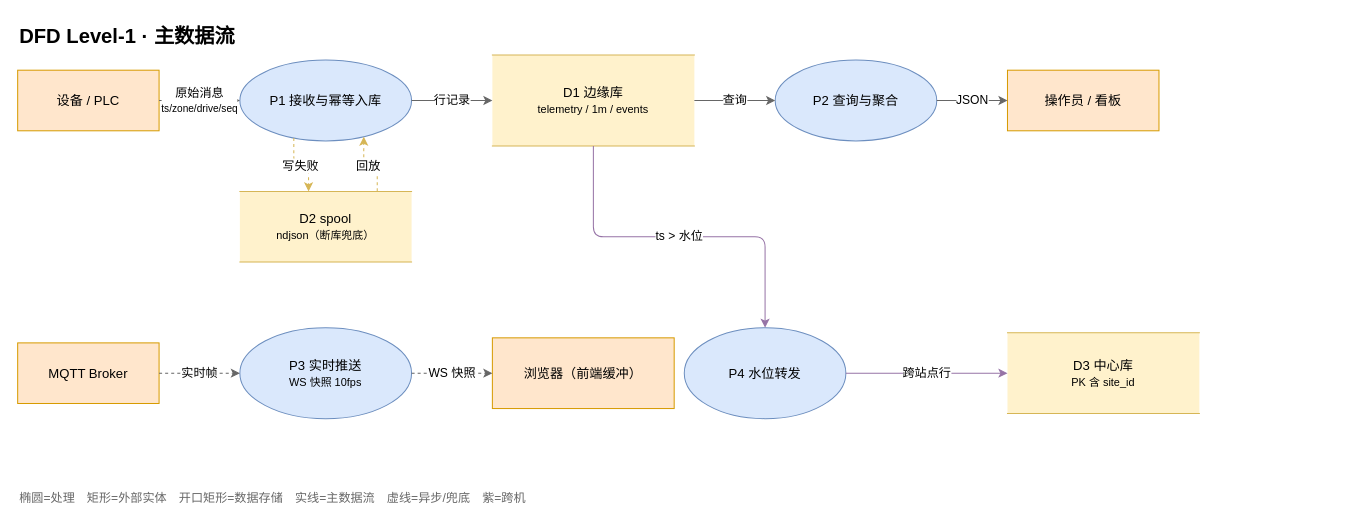
Before: docs/design/diagrams/DFD-1-主数据流.drawio in wujunyu/Interroll-poc, a draw.io diagram. Source tidied: cells renumbered, new cells numbered last; positions are measured from the earlier drawing's top-left corner, leaving out a move shared by most shapes. Both pictures are drawn from the tidied source at 101%, with x=0, y=0 at pixel (17, 17).
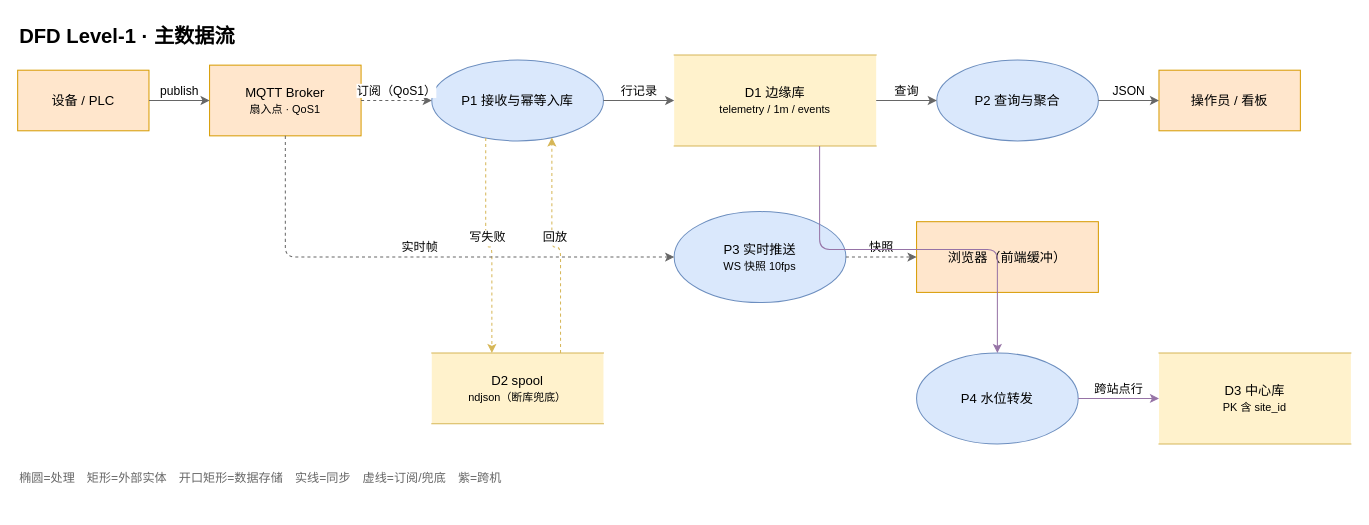
Above is the later version.

Commit message (it also covers changes not shown here):
fix(dfd): P1 的数据来源是 Broker，不是设备直连；补后台任务清单

- DFD-1 改为 设备 → Broker → P1/P3，Broker 明确为扇入点
- D2 spool 移回 P1 正下方，兜底边不再穿越 P3
- 00-架构 修正 P1/P4 描述，新增三类后台任务（线程/常驻进程/DB 调度）

The edit, as a diff of the source:
```diff
@@
     <mxCell id="3" value="设备 / PLC" style="rounded=0;whiteSpace=wrap;html=1;fontSize=13;fillColor=#ffe6cc;strokeColor=#d79b00;" parent="1" vertex="1">
-      <mxGeometry y="52" width="140" height="60" as="geometry" />
+      <mxGeometry y="52" width="130" height="60" as="geometry" />
     </mxCell>
+    <mxCell id="9" value="MQTT Broker&lt;br&gt;&lt;small&gt;扇入点 · QoS1&lt;/small&gt;" style="rounded=0;whiteSpace=wrap;html=1;fontSize=13;fillColor=#ffe6cc;strokeColor=#d79b00;" parent="1" vertex="1">
+      <mxGeometry x="190" y="47" width="150" height="70" as="geometry" />
+    </mxCell>
     <mxCell id="4" value="P1 接收与幂等入库" style="ellipse;whiteSpace=wrap;html=1;fontSize=13;fillColor=#dae8fc;strokeColor=#6c8ebf;" parent="1" vertex="1">
-      <mxGeometry x="220" y="42" width="170" height="80" as="geometry" />
+      <mxGeometry x="410" y="42" width="170" height="80" as="geometry" />
     </mxCell>
     <mxCell id="5" value="D1 边缘库&lt;br&gt;&lt;small&gt;telemetry / 1m / events&lt;/small&gt;" style="shape=partialRectangle;left=0;right=0;whiteSpace=wrap;html=1;fontSize=13;fillColor=#fff2cc;strokeColor=#d6b656;" parent="1" vertex="1">
-      <mxGeometry x="470" y="37" width="200" height="90" as="geometry" />
+      <mxGeometry x="650" y="37" width="200" height="90" as="geometry" />
     </mxCell>
-    <mxCell id="6" value="D2 spool&lt;br&gt;&lt;small&gt;ndjson（断库兜底）&lt;/small&gt;" style="shape=partialRectangle;left=0;right=0;whiteSpace=wrap;html=1;fontSize=13;fillColor=#fff2cc;strokeColor=#d6b656;" parent="1" vertex="1">
-      <mxGeometry x="220" y="172" width="170" height="70" as="geometry" />
-    </mxCell>
     <mxCell id="7" value="P2 查询与聚合" style="ellipse;whiteSpace=wrap;html=1;fontSize=13;fillColor=#dae8fc;strokeColor=#6c8ebf;" parent="1" vertex="1">
-      <mxGeometry x="750" y="42" width="160" height="80" as="geometry" />
+      <mxGeometry x="910" y="42" width="160" height="80" as="geometry" />
     </mxCell>
     <mxCell id="8" value="操作员 / 看板" style="rounded=0;whiteSpace=wrap;html=1;fontSize=13;fillColor=#ffe6cc;strokeColor=#d79b00;" parent="1" vertex="1">
-      <mxGeometry x="980" y="52" width="150" height="60" as="geometry" />
+      <mxGeometry x="1130" y="52" width="140" height="60" as="geometry" />
     </mxCell>
-    <mxCell id="9" value="MQTT Broker" style="rounded=0;whiteSpace=wrap;html=1;fontSize=13;fillColor=#ffe6cc;strokeColor=#d79b00;" parent="1" vertex="1">
-      <mxGeometry y="322" width="140" height="60" as="geometry" />
-    </mxCell>
     <mxCell id="10" value="P3 实时推送&lt;br&gt;&lt;small&gt;WS 快照 10fps&lt;/small&gt;" style="ellipse;whiteSpace=wrap;html=1;fontSize=13;fillColor=#dae8fc;strokeColor=#6c8ebf;" parent="1" vertex="1">
-      <mxGeometry x="220" y="307" width="170" height="90" as="geometry" />
+      <mxGeometry x="650" y="192" width="170" height="90" as="geometry" />
     </mxCell>
     <mxCell id="11" value="浏览器（前端缓冲）" style="rounded=0;whiteSpace=wrap;html=1;fontSize=13;fillColor=#ffe6cc;strokeColor=#d79b00;" parent="1" vertex="1">
-      <mxGeometry x="470" y="317" width="180" height="70" as="geometry" />
+      <mxGeometry x="890" y="202" width="180" height="70" as="geometry" />
     </mxCell>
+    <mxCell id="6" value="D2 spool&lt;br&gt;&lt;small&gt;ndjson（断库兜底）&lt;/small&gt;" style="shape=partialRectangle;left=0;right=0;whiteSpace=wrap;html=1;fontSize=13;fillColor=#fff2cc;strokeColor=#d6b656;" parent="1" vertex="1">
+      <mxGeometry x="410" y="332" width="170" height="70" as="geometry" />
+    </mxCell>
     <mxCell id="12" value="P4 水位转发" style="ellipse;whiteSpace=wrap;html=1;fontSize=13;fillColor=#dae8fc;strokeColor=#6c8ebf;" parent="1" vertex="1">
-      <mxGeometry x="660" y="307" width="160" height="90" as="geometry" />
+      <mxGeometry x="890" y="332" width="160" height="90" as="geometry" />
     </mxCell>
     <mxCell id="13" value="D3 中心库&lt;br&gt;&lt;small&gt;PK 含 site_id&lt;/small&gt;" style="shape=partialRectangle;left=0;right=0;whiteSpace=wrap;html=1;fontSize=13;fillColor=#fff2cc;strokeColor=#d6b656;" parent="1" vertex="1">
-      <mxGeometry x="980" y="312" width="190" height="80" as="geometry" />
+      <mxGeometry x="1130" y="332" width="190" height="90" as="geometry" />
     </mxCell>
+    <mxCell id="25" value="publish" style="edgeStyle=orthogonalEdgeStyle;rounded=1;html=1;fontSize=12;strokeColor=#666666;labelBackgroundColor=default;defaultLabelBackgroundColor=page;verticalAlign=bottom;" parent="1" edge="1" source="3" target="9">
+      <mxGeometry relative="1" as="geometry" />
+    </mxCell>
-    <mxCell id="14" value="原始消息&lt;br&gt;&lt;small&gt;ts/zone/drive/seq&lt;/small&gt;" style="edgeStyle=orthogonalEdgeStyle;rounded=1;html=1;fontSize=12;strokeColor=#666666;labelBackgroundColor=default;defaultLabelBackgroundColor=page;" parent="1" edge="1" source="3" target="4">
+    <mxCell id="14" value="订阅（QoS1）" style="edgeStyle=orthogonalEdgeStyle;rounded=1;html=1;fontSize=12;strokeColor=#666666;dashed=1;labelBackgroundColor=default;defaultLabelBackgroundColor=page;verticalAlign=bottom;" parent="1" edge="1" source="9" target="4">
       <mxGeometry relative="1" as="geometry" />
     </mxCell>
-    <mxCell id="15" value="行记录" style="edgeStyle=orthogonalEdgeStyle;rounded=1;html=1;fontSize=12;strokeColor=#666666;labelBackgroundColor=default;defaultLabelBackgroundColor=page;" parent="1" edge="1" source="4" target="5">
+    <mxCell id="15" value="行记录" style="edgeStyle=orthogonalEdgeStyle;rounded=1;html=1;fontSize=12;strokeColor=#666666;labelBackgroundColor=default;defaultLabelBackgroundColor=page;verticalAlign=bottom;" parent="1" edge="1" source="4" target="5">
       <mxGeometry relative="1" as="geometry" />
     </mxCell>
-    <mxCell id="16" value="写失败" style="edgeStyle=orthogonalEdgeStyle;rounded=1;html=1;fontSize=12;strokeColor=#d6b656;dashed=1;labelBackgroundColor=default;defaultLabelBackgroundColor=page;exitX=0.3;exitY=1;entryX=0.4;entryY=0;" parent="1" edge="1" source="4" target="6">
+    <mxCell id="16" value="写失败" style="edgeStyle=orthogonalEdgeStyle;rounded=1;html=1;fontSize=12;strokeColor=#d6b656;dashed=1;labelBackgroundColor=default;defaultLabelBackgroundColor=page;verticalAlign=bottom;exitX=0.3;exitY=1;entryX=0.35;entryY=0;" parent="1" edge="1" source="4" target="6">
       <mxGeometry relative="1" as="geometry" />
     </mxCell>
-    <mxCell id="17" value="回放" style="edgeStyle=orthogonalEdgeStyle;rounded=1;html=1;fontSize=12;strokeColor=#d6b656;dashed=1;labelBackgroundColor=default;defaultLabelBackgroundColor=page;exitX=0.8;exitY=0;entryX=0.75;entryY=1;" parent="1" edge="1" source="6" target="4">
+    <mxCell id="17" value="回放" style="edgeStyle=orthogonalEdgeStyle;rounded=1;html=1;fontSize=12;strokeColor=#d6b656;dashed=1;labelBackgroundColor=default;defaultLabelBackgroundColor=page;verticalAlign=bottom;exitX=0.75;exitY=0;entryX=0.72;entryY=1;" parent="1" edge="1" source="6" target="4">
       <mxGeometry relative="1" as="geometry" />
     </mxCell>
-    <mxCell id="18" value="查询" style="edgeStyle=orthogonalEdgeStyle;rounded=1;html=1;fontSize=12;strokeColor=#666666;labelBackgroundColor=default;defaultLabelBackgroundColor=page;" parent="1" edge="1" source="5" target="7">
+    <mxCell id="18" value="查询" style="edgeStyle=orthogonalEdgeStyle;rounded=1;html=1;fontSize=12;strokeColor=#666666;labelBackgroundColor=default;defaultLabelBackgroundColor=page;verticalAlign=bottom;" parent="1" edge="1" source="5" target="7">
       <mxGeometry relative="1" as="geometry" />
     </mxCell>
-    <mxCell id="19" value="JSON" style="edgeStyle=orthogonalEdgeStyle;rounded=1;html=1;fontSize=12;strokeColor=#666666;labelBackgroundColor=default;defaultLabelBackgroundColor=page;" parent="1" edge="1" source="7" target="8">
+    <mxCell id="19" value="JSON" style="edgeStyle=orthogonalEdgeStyle;rounded=1;html=1;fontSize=12;strokeColor=#666666;labelBackgroundColor=default;defaultLabelBackgroundColor=page;verticalAlign=bottom;" parent="1" edge="1" source="7" target="8">
       <mxGeometry relative="1" as="geometry" />
     </mxCell>
-    <mxCell id="20" value="实时帧" style="edgeStyle=orthogonalEdgeStyle;rounded=1;html=1;fontSize=12;strokeColor=#666666;dashed=1;labelBackgroundColor=default;defaultLabelBackgroundColor=page;" parent="1" edge="1" source="9" target="10">
+    <mxCell id="20" value="实时帧" style="edgeStyle=orthogonalEdgeStyle;rounded=1;html=1;fontSize=12;strokeColor=#666666;dashed=1;labelBackgroundColor=default;defaultLabelBackgroundColor=page;verticalAlign=bottom;exitX=0.5;exitY=1;entryX=0.05;entryY=0.5;" parent="1" edge="1" source="9" target="10">
       <mxGeometry relative="1" as="geometry" />
     </mxCell>
-    <mxCell id="21" value="WS 快照" style="edgeStyle=orthogonalEdgeStyle;rounded=1;html=1;fontSize=12;strokeColor=#666666;dashed=1;labelBackgroundColor=default;defaultLabelBackgroundColor=page;" parent="1" edge="1" source="10" target="11">
+    <mxCell id="21" value="快照" style="edgeStyle=orthogonalEdgeStyle;rounded=1;html=1;fontSize=12;strokeColor=#666666;dashed=1;labelBackgroundColor=default;defaultLabelBackgroundColor=page;verticalAlign=bottom;" parent="1" edge="1" source="10" target="11">
       <mxGeometry relative="1" as="geometry" />
     </mxCell>
-    <mxCell id="22" value="ts &gt; 水位" style="edgeStyle=orthogonalEdgeStyle;rounded=1;html=1;fontSize=12;strokeColor=#9673a6;labelBackgroundColor=default;defaultLabelBackgroundColor=page;exitX=0.5;exitY=1;entryX=0.5;entryY=0;" parent="1" edge="1" source="5" target="12">
+    <mxCell id="22" style="edgeStyle=orthogonalEdgeStyle;rounded=1;html=1;fontSize=12;strokeColor=#9673a6;labelBackgroundColor=default;defaultLabelBackgroundColor=page;verticalAlign=bottom;exitX=0.72;exitY=1;entryX=0.5;entryY=0;" parent="1" edge="1" source="5" target="12">
       <mxGeometry relative="1" as="geometry" />
     </mxCell>
-    <mxCell id="23" value="跨站点行" style="edgeStyle=orthogonalEdgeStyle;rounded=1;html=1;fontSize=12;strokeColor=#9673a6;labelBackgroundColor=default;defaultLabelBackgroundColor=page;" parent="1" edge="1" source="12" target="13">
+    <mxCell id="23" value="跨站点行" style="edgeStyle=orthogonalEdgeStyle;rounded=1;html=1;fontSize=12;strokeColor=#9673a6;labelBackgroundColor=default;defaultLabelBackgroundColor=page;verticalAlign=bottom;" parent="1" edge="1" source="12" target="13">
       <mxGeometry relative="1" as="geometry" />
     </mxCell>
-    <mxCell id="24" value="椭圆=处理　矩形=外部实体　开口矩形=数据存储　实线=主数据流　虚线=异步/兜底　紫=跨机" style="text;html=1;fontSize=12;fontColor=#666666;align=left;" parent="1" vertex="1">
-      <mxGeometry y="462" width="1000" height="24" as="geometry" />
+    <mxCell id="24" value="椭圆=处理　矩形=外部实体　开口矩形=数据存储　实线=同步　虚线=订阅/兜底　紫=跨机" style="text;html=1;fontSize=12;fontColor=#666666;align=left;" parent="1" vertex="1">
+      <mxGeometry y="442" width="1000" height="24" as="geometry" />
     </mxCell>
```
